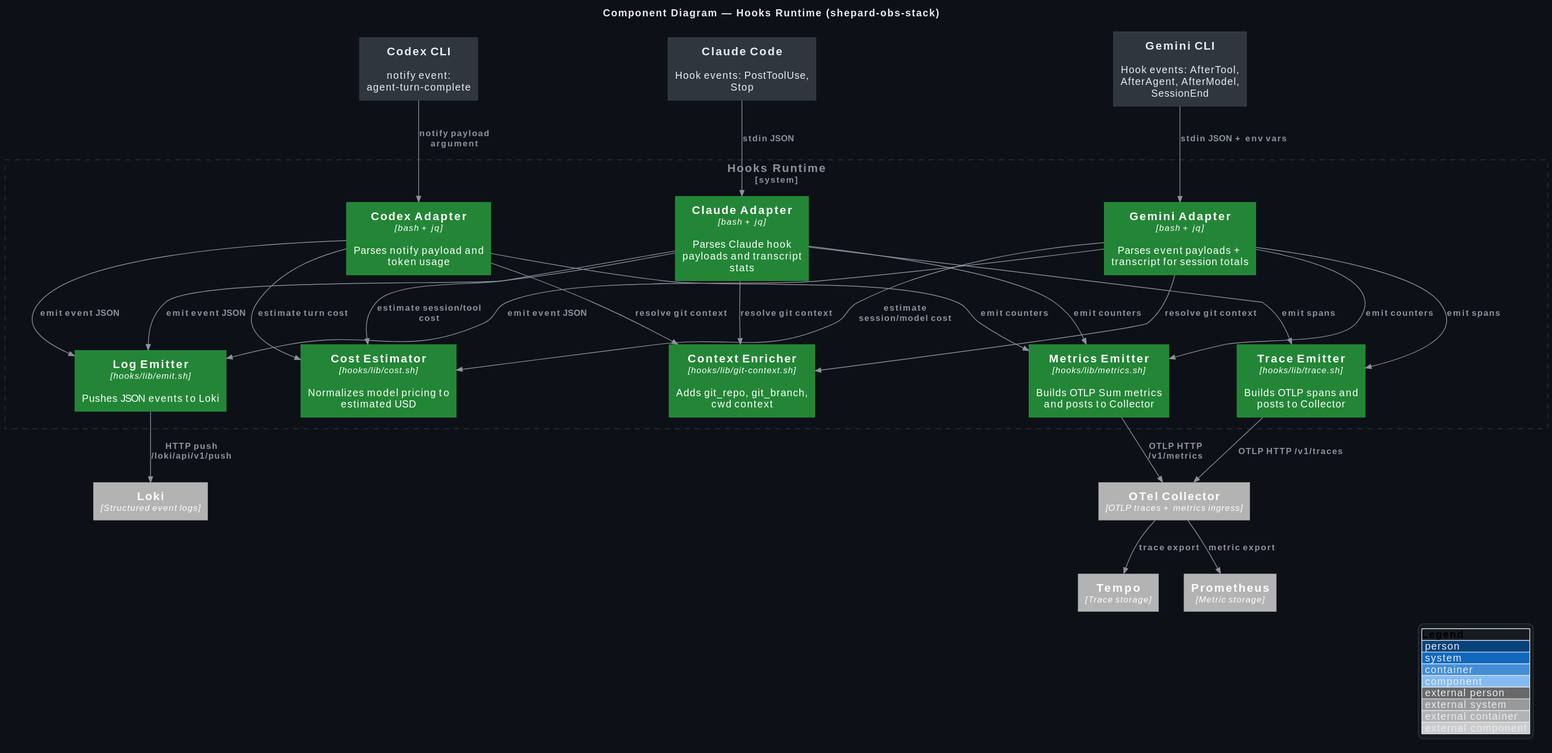
shepard-system/shepard-obs-stack keeps this PlantUML diagram as docs/c4/c3-hooks-components.svg. Above is the earlier version. The source it was exported from:
```plantuml
@startuml
!include https://raw.githubusercontent.com/plantuml-stdlib/C4-PlantUML/master/C4_Component.puml

skinparam backgroundColor #0d1117
skinparam defaultFontColor #e6edf3
skinparam ArrowColor #8b949e
skinparam ArrowFontColor #8b949e
skinparam titleFontColor #e6edf3
skinparam legendBackgroundColor #161b22
skinparam legendBorderColor #30363d
skinparam legendFontColor #e6edf3

UpdateElementStyle("person", $bgColor="#1f6feb", $fontColor="#ffffff", $borderColor="#388bfd")
UpdateElementStyle("system", $bgColor="#1f6feb", $fontColor="#ffffff", $borderColor="#388bfd")
UpdateElementStyle("external_system", $bgColor="#30363d", $fontColor="#e6edf3", $borderColor="#484f58")
UpdateElementStyle("container", $bgColor="#1f6feb", $fontColor="#ffffff", $borderColor="#388bfd")
UpdateElementStyle("component", $bgColor="#238636", $fontColor="#ffffff", $borderColor="#2ea043")
UpdateElementStyle("system_boundary", $fontColor="#8b949e", $borderColor="#30363d")

LAYOUT_WITH_LEGEND()

title Component Diagram — Hooks Runtime (shepard-obs-stack)

System_Ext(claude, "Claude Code", "Hook events: PostToolUse, Stop")
System_Ext(codex, "Codex CLI", "notify event: agent-turn-complete")
System_Ext(gemini, "Gemini CLI", "Hook events: AfterTool, AfterAgent, AfterModel, SessionEnd")

Container_Ext(loki, "Loki", "Structured event logs")
Container_Ext(collector, "OTel Collector", "OTLP traces + metrics ingress")
Container_Ext(tempo, "Tempo", "Trace storage")
Container_Ext(prometheus, "Prometheus", "Metric storage")

System_Boundary(hooks_runtime, "Hooks Runtime") {
    Component(adapter_claude, "Claude Adapter", "bash + jq", "Parses Claude hook payloads and transcript stats")
    Component(adapter_codex, "Codex Adapter", "bash + jq", "Parses notify payload and token usage")
    Component(adapter_gemini, "Gemini Adapter", "bash + jq", "Parses event payloads + transcript for session totals")

    Component(enricher, "Context Enricher", "hooks/lib/git-context.sh", "Adds git_repo, git_branch, cwd context")
    Component(cost, "Cost Estimator", "hooks/lib/cost.sh", "Normalizes model pricing to estimated USD")
    Component(emit_logs, "Log Emitter", "hooks/lib/emit.sh", "Pushes JSON events to Loki")
    Component(emit_traces, "Trace Emitter", "hooks/lib/trace.sh", "Builds OTLP spans and posts to Collector")
    Component(emit_metrics, "Metrics Emitter", "hooks/lib/metrics.sh", "Builds OTLP Sum metrics and posts to Collector")
}

Rel(claude, adapter_claude, "stdin JSON")
Rel(codex, adapter_codex, "notify payload argument")
Rel(gemini, adapter_gemini, "stdin JSON + env vars")

Rel(adapter_claude, enricher, "resolve git context")
Rel(adapter_codex, enricher, "resolve git context")
Rel(adapter_gemini, enricher, "resolve git context")

Rel(adapter_claude, cost, "estimate session/tool cost")
Rel(adapter_codex, cost, "estimate turn cost")
Rel(adapter_gemini, cost, "estimate session/model cost")

Rel(adapter_claude, emit_logs, "emit event JSON")
Rel(adapter_codex, emit_logs, "emit event JSON")
Rel(adapter_gemini, emit_logs, "emit event JSON")

Rel(adapter_claude, emit_traces, "emit spans")
Rel(adapter_gemini, emit_traces, "emit spans")

Rel(adapter_claude, emit_metrics, "emit counters")
Rel(adapter_codex, emit_metrics, "emit counters")
Rel(adapter_gemini, emit_metrics, "emit counters")

Rel(emit_logs, loki, "HTTP push /loki/api/v1/push")
Rel(emit_traces, collector, "OTLP HTTP /v1/traces")
Rel(emit_metrics, collector, "OTLP HTTP /v1/metrics")
Rel(collector, tempo, "trace export")
Rel(collector, prometheus, "metric export")
@enduml
```
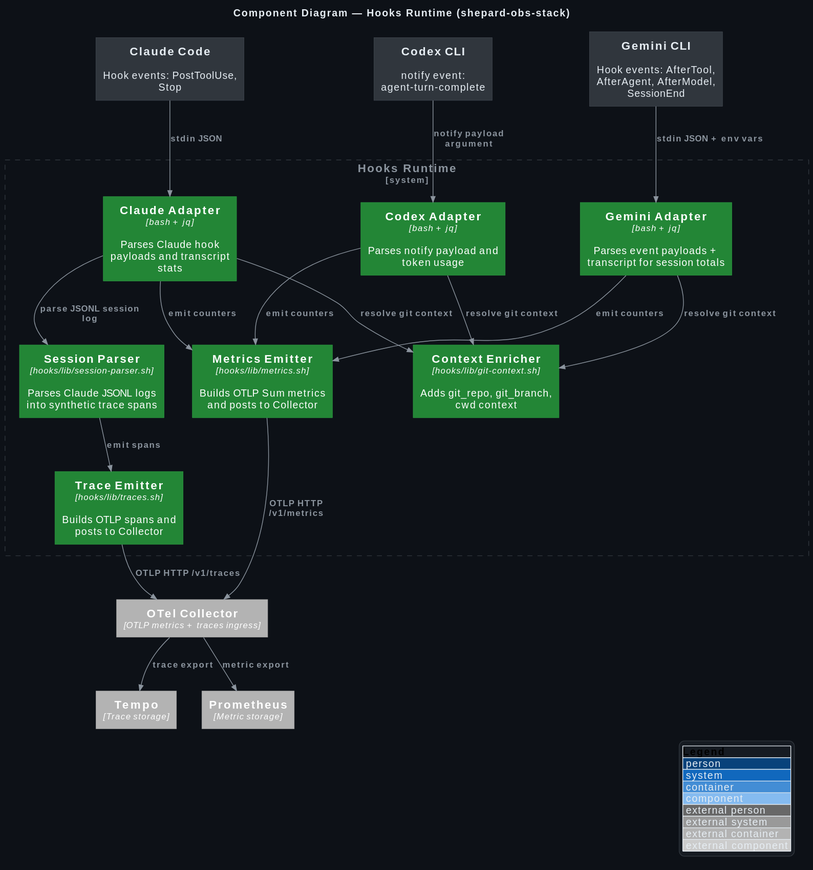
Later version of the same file.

Commit message:
Fix stale C4 diagrams and CLAUDE.md Loki labels

Change to the diagram source:
```diff
@@ -25,8 +25,7 @@
 System_Ext(codex, "Codex CLI", "notify event: agent-turn-complete")
 System_Ext(gemini, "Gemini CLI", "Hook events: AfterTool, AfterAgent, AfterModel, SessionEnd")
 
-Container_Ext(loki, "Loki", "Structured event logs")
-Container_Ext(collector, "OTel Collector", "OTLP traces + metrics ingress")
+Container_Ext(collector, "OTel Collector", "OTLP metrics + traces ingress")
 Container_Ext(tempo, "Tempo", "Trace storage")
 Container_Ext(prometheus, "Prometheus", "Metric storage")
 
@@ -36,10 +35,9 @@
     Component(adapter_gemini, "Gemini Adapter", "bash + jq", "Parses event payloads + transcript for session totals")
 
     Component(enricher, "Context Enricher", "hooks/lib/git-context.sh", "Adds git_repo, git_branch, cwd context")
-    Component(cost, "Cost Estimator", "hooks/lib/cost.sh", "Normalizes model pricing to estimated USD")
-    Component(emit_logs, "Log Emitter", "hooks/lib/emit.sh", "Pushes JSON events to Loki")
-    Component(emit_traces, "Trace Emitter", "hooks/lib/trace.sh", "Builds OTLP spans and posts to Collector")
     Component(emit_metrics, "Metrics Emitter", "hooks/lib/metrics.sh", "Builds OTLP Sum metrics and posts to Collector")
+    Component(emit_traces, "Trace Emitter", "hooks/lib/traces.sh", "Builds OTLP spans and posts to Collector")
+    Component(session_parser, "Session Parser", "hooks/lib/session-parser.sh", "Parses Claude JSONL logs into synthetic trace spans")
 }
 
 Rel(claude, adapter_claude, "stdin JSON")
@@ -50,24 +48,15 @@
 Rel(adapter_codex, enricher, "resolve git context")
 Rel(adapter_gemini, enricher, "resolve git context")
 
-Rel(adapter_claude, cost, "estimate session/tool cost")
-Rel(adapter_codex, cost, "estimate turn cost")
-Rel(adapter_gemini, cost, "estimate session/model cost")
-
-Rel(adapter_claude, emit_logs, "emit event JSON")
-Rel(adapter_codex, emit_logs, "emit event JSON")
-Rel(adapter_gemini, emit_logs, "emit event JSON")
-
-Rel(adapter_claude, emit_traces, "emit spans")
-Rel(adapter_gemini, emit_traces, "emit spans")
-
 Rel(adapter_claude, emit_metrics, "emit counters")
 Rel(adapter_codex, emit_metrics, "emit counters")
 Rel(adapter_gemini, emit_metrics, "emit counters")
 
-Rel(emit_logs, loki, "HTTP push /loki/api/v1/push")
+Rel(adapter_claude, session_parser, "parse JSONL session log")
+Rel(session_parser, emit_traces, "emit spans")
+
+Rel(emit_metrics, collector, "OTLP HTTP /v1/metrics")
 Rel(emit_traces, collector, "OTLP HTTP /v1/traces")
-Rel(emit_metrics, collector, "OTLP HTTP /v1/metrics")
+Rel(collector, prometheus, "metric export")
 Rel(collector, tempo, "trace export")
-Rel(collector, prometheus, "metric export")
 @enduml
```
